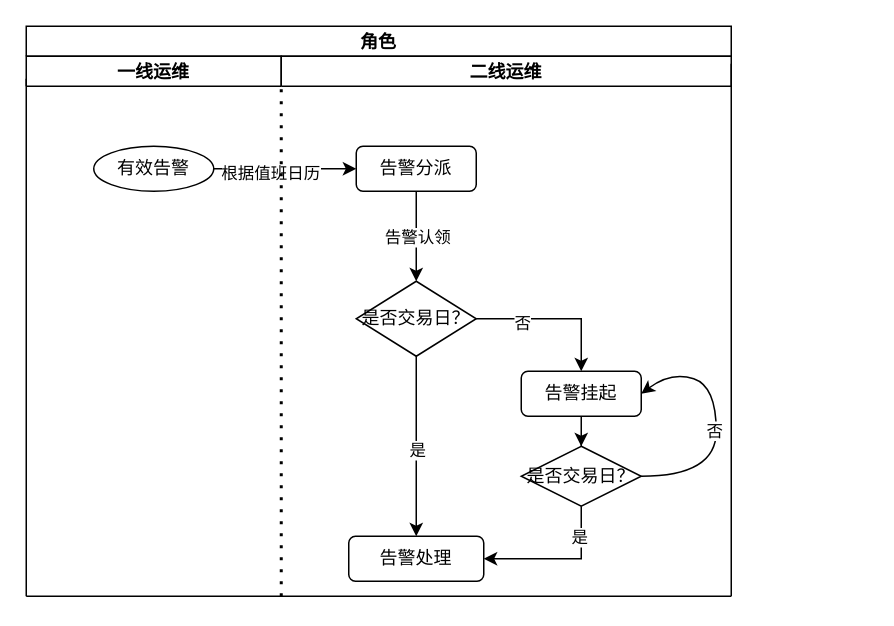
Above: 告警通知流程.drawio in jaywin2u/practices (draw.io), before the change. Source tidied: cells renumbered, new cells numbered last; positions are measured from the earlier drawing's top-left corner, leaving out a move shared by most shapes. Both pictures are drawn from the tidied source at 150%, with x=0, y=0 at pixel (26, 26).
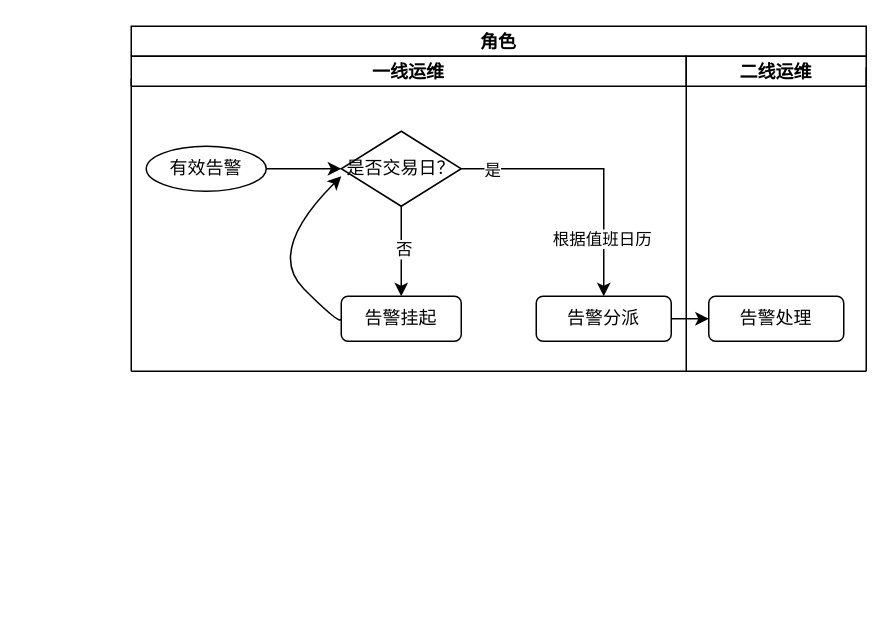
After the change.

Commit message:
更新告警通知流程.drawio

Change to the diagram source:
```diff
@@
     <mxCell id="2" value="角色" style="swimlane;" parent="1" vertex="1">
-      <mxGeometry width="470" height="20" as="geometry" />
+      <mxGeometry x="70" width="490" height="20" as="geometry" />
     </mxCell>
     <mxCell id="3" value="一线运维" style="swimlane;" parent="1" vertex="1">
-      <mxGeometry y="20" width="170" height="20" as="geometry" />
+      <mxGeometry x="70" y="20" width="370" height="20" as="geometry" />
     </mxCell>
     <mxCell id="4" value="二线运维" style="swimlane;" parent="1" vertex="1">
-      <mxGeometry x="170" y="20" width="300" height="20" as="geometry" />
+      <mxGeometry x="440" y="20" width="120" height="20" as="geometry" />
     </mxCell>
-    <mxCell id="5" style="edgeStyle=orthogonalEdgeStyle;rounded=0;jettySize=auto;html=1;entryX=0;entryY=0.5;entryDx=0;entryDy=0;" parent="1" edge="1" source="7" target="10">
-      <mxGeometry relative="1" as="geometry" />
+    <mxCell id="5" style="edgeStyle=orthogonalEdgeStyle;rounded=0;jettySize=auto;html=1;entryX=0;entryY=0.5;entryDx=0;entryDy=0;" parent="1" edge="1" source="7">
+      <mxGeometry relative="1" as="geometry">
+        <mxPoint x="210" y="95" as="targetPoint" />
+      </mxGeometry>
     </mxCell>
+    <mxCell id="7" value="有效告警" style="ellipse;whiteSpace=wrap;html=1;" parent="1" vertex="1">
+      <mxGeometry x="80" y="80" width="80" height="30" as="geometry" />
+    </mxCell>
+    <mxCell id="28" style="edgeStyle=orthogonalEdgeStyle;rounded=0;jettySize=auto;html=1;" parent="1" edge="1" source="15" target="10">
+      <mxGeometry relative="1" as="geometry" />
+    </mxCell>
+    <mxCell id="29" value="是" style="edgeLabel;html=1;align=center;verticalAlign=middle;" parent="28" vertex="1">
+      <mxGeometry x="-0.13" y="1" relative="1" as="geometry">
+        <mxPoint x="-58" y="1" as="offset" />
+      </mxGeometry>
+    </mxCell>
-    <mxCell id="6" value="根据值班日历" style="edgeLabel;html=1;align=center;verticalAlign=middle;" parent="5" vertex="1">
-      <mxGeometry x="-0.22" y="-2" relative="1" as="geometry" />
+    <mxCell id="6" value="根据值班日历" style="edgeLabel;html=1;align=center;verticalAlign=middle;" parent="28" vertex="1">
+      <mxGeometry x="0.23" y="-2" relative="1" as="geometry">
+        <mxPoint y="30" as="offset" />
+      </mxGeometry>
     </mxCell>
-    <mxCell id="7" value="有效告警" style="ellipse;whiteSpace=wrap;html=1;" parent="1" vertex="1">
-      <mxGeometry x="45" y="80" width="80" height="30" as="geometry" />
-    </mxCell>
-    <mxCell id="8" style="edgeStyle=orthogonalEdgeStyle;rounded=0;jettySize=auto;html=1;" parent="1" edge="1" source="10" target="15">
-      <mxGeometry relative="1" as="geometry" />
-    </mxCell>
-    <mxCell id="9" value="告警认领" style="edgeLabel;html=1;align=center;verticalAlign=middle;" parent="8" vertex="1">
-      <mxGeometry x="0.37" y="-1" relative="1" as="geometry">
-        <mxPoint x="1" y="-11" as="offset" />
-      </mxGeometry>
-    </mxCell>
-    <mxCell id="10" value="告警分派" style="rounded=1;whiteSpace=wrap;html=1;" parent="1" vertex="1">
-      <mxGeometry x="220" y="80" width="80" height="30" as="geometry" />
-    </mxCell>
-    <mxCell id="11" style="edgeStyle=orthogonalEdgeStyle;rounded=0;jettySize=auto;html=1;" parent="1" edge="1" source="15" target="16">
-      <mxGeometry relative="1" as="geometry" />
-    </mxCell>
-    <mxCell id="12" value="是" style="edgeLabel;html=1;align=center;verticalAlign=middle;" parent="11" vertex="1">
-      <mxGeometry x="0.04" y="1" relative="1" as="geometry">
-        <mxPoint x="-1" as="offset" />
-      </mxGeometry>
-    </mxCell>
-    <mxCell id="13" style="edgeStyle=orthogonalEdgeStyle;rounded=0;jettySize=auto;html=1;entryX=0.5;entryY=0;entryDx=0;entryDy=0;" parent="1" edge="1" source="15" target="18">
+    <mxCell id="13" style="edgeStyle=orthogonalEdgeStyle;rounded=0;jettySize=auto;html=1;" parent="1" edge="1" source="15" target="18">
       <mxGeometry relative="1" as="geometry" />
     </mxCell>
-    <mxCell id="14" value="否" style="edgeLabel;html=1;align=center;verticalAlign=middle;" parent="13" vertex="1">
-      <mxGeometry x="-0.43" y="-2" relative="1" as="geometry" />
-    </mxCell>
+    <mxCell id="30" value="否" style="edgeLabel;html=1;align=center;verticalAlign=middle;" parent="13" vertex="1">
+      <mxGeometry x="-0.08" y="1" relative="1" as="geometry" />
+    </mxCell>
     <mxCell id="15" value="是否交易日？" style="rhombus;whiteSpace=wrap;html=1;" parent="1" vertex="1">
-      <mxGeometry x="220" y="170" width="80" height="50" as="geometry" />
+      <mxGeometry x="210" y="70" width="80" height="50" as="geometry" />
     </mxCell>
-    <mxCell id="16" value="告警处理" style="rounded=1;whiteSpace=wrap;html=1;" parent="1" vertex="1">
-      <mxGeometry x="215" y="340" width="90" height="30" as="geometry" />
-    </mxCell>
-    <mxCell id="17" style="edgeStyle=orthogonalEdgeStyle;rounded=0;jettySize=auto;html=1;" parent="1" edge="1" source="18" target="21">
-      <mxGeometry relative="1" as="geometry" />
-    </mxCell>
     <mxCell id="18" value="告警挂起" style="rounded=1;whiteSpace=wrap;html=1;" parent="1" vertex="1">
-      <mxGeometry x="330" y="230" width="80" height="30" as="geometry" />
+      <mxGeometry x="210" y="180" width="80" height="30" as="geometry" />
     </mxCell>
-    <mxCell id="19" style="edgeStyle=orthogonalEdgeStyle;rounded=0;jettySize=auto;html=1;entryX=1;entryY=0.5;entryDx=0;entryDy=0;" parent="1" edge="1" source="21" target="16">
-      <mxGeometry relative="1" as="geometry">
-        <Array as="points">
-          <mxPoint x="370" y="355" />
-        </Array>
-      </mxGeometry>
-    </mxCell>
-    <mxCell id="20" value="是" style="edgeLabel;html=1;align=center;verticalAlign=middle;" parent="19" vertex="1">
-      <mxGeometry x="-0.61" y="-2" relative="1" as="geometry" />
-    </mxCell>
-    <mxCell id="21" value="是否交易日？" style="rhombus;whiteSpace=wrap;html=1;" parent="1" vertex="1">
-      <mxGeometry x="330" y="280" width="80" height="40" as="geometry" />
-    </mxCell>
-    <mxCell id="22" style="curved=1;endArrow=classic;html=1;rounded=0;entryX=1;entryY=0.5;entryDx=0;entryDy=0;" parent="1" edge="1" target="18">
-      <mxGeometry relative="1" as="geometry">
-        <mxPoint x="410" y="300" as="sourcePoint" />
-        <Array as="points">
-          <mxPoint x="460" y="300" />
-          <mxPoint x="460" y="240" />
-          <mxPoint x="430" y="230" />
-        </Array>
-      </mxGeometry>
-    </mxCell>
-    <mxCell id="23" value="否" style="edgeLabel;html=1;align=center;verticalAlign=middle;" parent="22" vertex="1">
-      <mxGeometry x="-0.03" y="2" relative="1" as="geometry" />
-    </mxCell>
     <mxCell id="24" style="endArrow=none;html=1;rounded=0;" parent="1" edge="1">
       <mxGeometry relative="1" as="geometry">
-        <mxPoint y="380" as="sourcePoint" />
-        <mxPoint y="35" as="targetPoint" />
+        <mxPoint x="70" y="230" as="sourcePoint" />
+        <mxPoint x="70" y="35" as="targetPoint" />
       </mxGeometry>
     </mxCell>
     <mxCell id="25" style="endArrow=none;html=1;rounded=0;" parent="1" edge="1">
       <mxGeometry relative="1" as="geometry">
-        <mxPoint x="470" y="380" as="sourcePoint" />
-        <mxPoint x="470" y="25" as="targetPoint" />
+        <mxPoint x="560" y="230" as="sourcePoint" />
+        <mxPoint x="560" y="27.5" as="targetPoint" />
       </mxGeometry>
     </mxCell>
-    <mxCell id="26" style="endArrow=none;dashed=1;html=1;dashPattern=1 3;strokeWidth=2;rounded=0;" parent="1" edge="1">
-      <mxGeometry relative="1" as="geometry">
-        <mxPoint x="170" y="380" as="sourcePoint" />
-        <mxPoint x="170" y="40" as="targetPoint" />
-      </mxGeometry>
-    </mxCell>
     <mxCell id="27" style="endArrow=none;html=1;rounded=0;" parent="1" edge="1">
       <mxGeometry relative="1" as="geometry">
-        <mxPoint y="380" as="sourcePoint" />
-        <mxPoint x="470" y="380" as="targetPoint" />
+        <mxPoint x="70" y="230" as="sourcePoint" />
+        <mxPoint x="560" y="230" as="targetPoint" />
       </mxGeometry>
     </mxCell>
+    <mxCell id="31" style="edgeStyle=orthogonalEdgeStyle;rounded=0;jettySize=auto;html=1;" parent="1" edge="1" source="10" target="16">
+      <mxGeometry relative="1" as="geometry" />
+    </mxCell>
+    <mxCell id="10" value="告警分派" style="rounded=1;whiteSpace=wrap;html=1;" parent="1" vertex="1">
+      <mxGeometry x="340" y="180" width="90" height="30" as="geometry" />
+    </mxCell>
+    <mxCell id="32" style="curved=1;endArrow=classic;html=1;rounded=0;exitX=0;exitY=0.5;exitDx=0;exitDy=0;entryX=0;entryY=0.6;entryDx=0;entryDy=0;entryPerimeter=0;" parent="1" edge="1" source="18" target="15">
+      <mxGeometry relative="1" as="geometry">
+        <Array as="points">
+          <mxPoint x="210" y="200" />
+          <mxPoint x="160" y="150" />
+        </Array>
+      </mxGeometry>
+    </mxCell>
+    <mxCell id="16" value="告警处理" style="rounded=1;whiteSpace=wrap;html=1;" parent="1" vertex="1">
+      <mxGeometry x="455" y="180" width="90" height="30" as="geometry" />
+    </mxCell>
+    <mxCell id="33" style="endArrow=none;html=1;rounded=0;" parent="1" edge="1">
+      <mxGeometry relative="1" as="geometry">
+        <mxPoint x="440" y="230" as="sourcePoint" />
+        <mxPoint x="440" y="40" as="targetPoint" />
+      </mxGeometry>
+    </mxCell>
```
